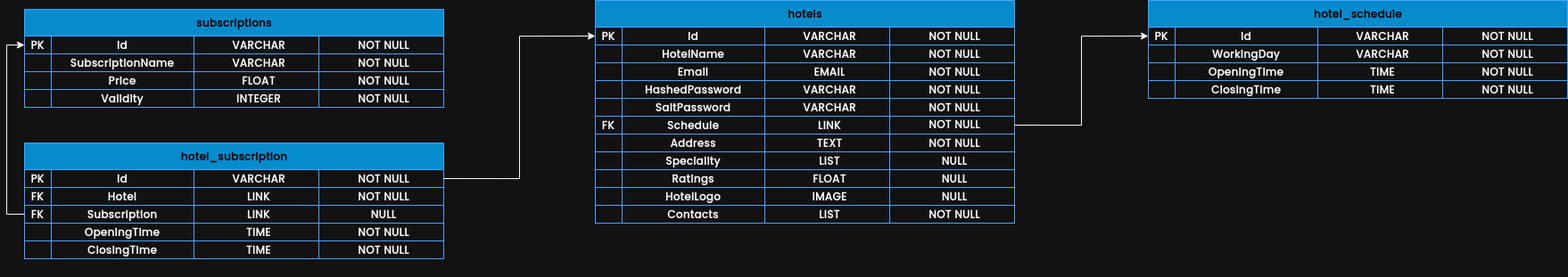
The draw.io diagram Database/Eatofy/Database.png in appnichetechnologies/Eatofy-System-Design, before a commit. Source tidied: cells renumbered, new cells last; positions are measured from the earlier drawing's top-left corner, leaving out a move shared by most shapes.
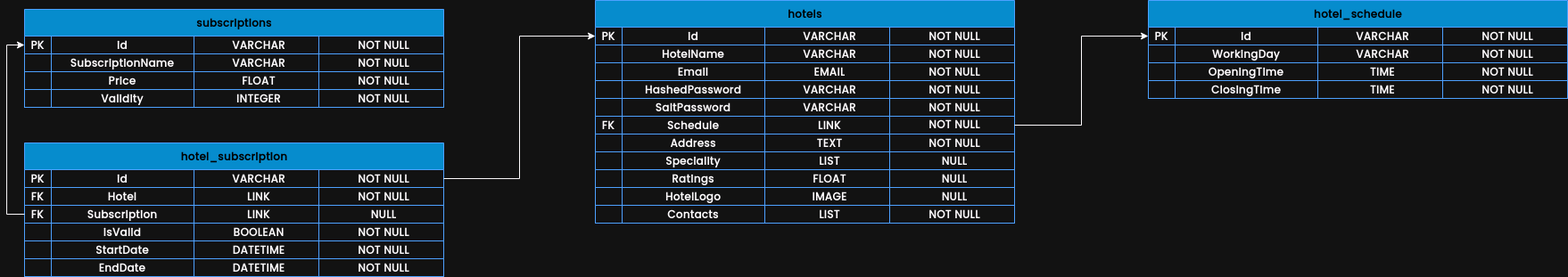
Above is the later version.

Diff of the diagram source:
```diff
@@ -309,7 +309,7 @@
       <mxGeometry relative="1" as="geometry" />
     </mxCell>
     <mxCell id="104" value="hotel_subscription" style="shape=table;startSize=30;rowLines=0;fontStyle=1;align=center;html=1;fillColor=#1ba1e2;strokeColor=#1c71d8;fontColor=#ffffff;verticalAlign=middle;fontFamily=Poppins;fontSource=https%3A%2F%2Ffonts.googleapis.com%2Fcss%3Ffamily%3DPoppins;" parent="1" vertex="1">
-      <mxGeometry y="160" width="470" height="130" as="geometry" />
+      <mxGeometry y="160" width="470" height="150" as="geometry" />
     </mxCell>
     <mxCell id="105" style="shape=tableRow;horizontal=0;startSize=0;swimlaneHead=0;swimlaneBody=0;fillColor=none;points=[[0,0.5],[1,0.5]];portConstraint=eastwest;top=0;left=0;right=0;bottom=1;fontStyle=1;strokeColor=#1c71d8;align=center;verticalAlign=middle;fontFamily=Poppins;fontSource=https%3A%2F%2Ffonts.googleapis.com%2Fcss%3Ffamily%3DPoppins;" parent="104" vertex="1">
       <mxGeometry y="30" width="470" height="20" as="geometry" />
@@ -362,10 +362,10 @@
     <mxCell id="121" style="shape=partialRectangle;fillColor=none;top=0;left=0;bottom=0;right=0;fontStyle=1;overflow=hidden;whiteSpace=wrap;html=1;strokeColor=#1c71d8;align=center;verticalAlign=middle;fontFamily=Poppins;fontSource=https%3A%2F%2Ffonts.googleapis.com%2Fcss%3Ffamily%3DPoppins;" parent="120" vertex="1">
       <mxGeometry width="30" height="20" as="geometry" />
     </mxCell>
-    <mxCell id="122" value="OpeningTime" style="shape=partialRectangle;fillColor=none;top=0;left=0;bottom=0;right=0;fontStyle=1;overflow=hidden;whiteSpace=wrap;html=1;strokeColor=#1c71d8;align=center;verticalAlign=middle;fontFamily=Poppins;fontSource=https%3A%2F%2Ffonts.googleapis.com%2Fcss%3Ffamily%3DPoppins;" parent="120" vertex="1">
+    <mxCell id="122" value="isValid" style="shape=partialRectangle;fillColor=none;top=0;left=0;bottom=0;right=0;fontStyle=1;overflow=hidden;whiteSpace=wrap;html=1;strokeColor=#1c71d8;align=center;verticalAlign=middle;fontFamily=Poppins;fontSource=https%3A%2F%2Ffonts.googleapis.com%2Fcss%3Ffamily%3DPoppins;" parent="120" vertex="1">
       <mxGeometry x="30" width="160" height="20" as="geometry" />
     </mxCell>
-    <mxCell id="123" value="TIME" style="shape=partialRectangle;fillColor=none;top=0;left=0;bottom=0;right=0;align=center;spacingLeft=6;fontStyle=1;overflow=hidden;whiteSpace=wrap;html=1;strokeColor=#1c71d8;verticalAlign=middle;fontFamily=Poppins;fontSource=https%3A%2F%2Ffonts.googleapis.com%2Fcss%3Ffamily%3DPoppins;" parent="120" vertex="1">
+    <mxCell id="123" value="BOOLEAN" style="shape=partialRectangle;fillColor=none;top=0;left=0;bottom=0;right=0;align=center;spacingLeft=6;fontStyle=1;overflow=hidden;whiteSpace=wrap;html=1;strokeColor=#1c71d8;verticalAlign=middle;fontFamily=Poppins;fontSource=https%3A%2F%2Ffonts.googleapis.com%2Fcss%3Ffamily%3DPoppins;" parent="120" vertex="1">
       <mxGeometry x="190" width="140" height="20" as="geometry" />
     </mxCell>
     <mxCell id="124" value="NOT NULL" style="shape=partialRectangle;fillColor=none;top=0;left=0;bottom=0;right=0;align=center;spacingLeft=6;fontStyle=1;overflow=hidden;whiteSpace=wrap;html=1;strokeColor=#1c71d8;verticalAlign=middle;fontFamily=Poppins;fontSource=https%3A%2F%2Ffonts.googleapis.com%2Fcss%3Ffamily%3DPoppins;" parent="120" vertex="1">
@@ -377,15 +377,30 @@
     <mxCell id="126" style="shape=partialRectangle;fillColor=none;top=0;left=0;bottom=0;right=0;fontStyle=1;overflow=hidden;whiteSpace=wrap;html=1;strokeColor=#1c71d8;align=center;verticalAlign=middle;fontFamily=Poppins;fontSource=https%3A%2F%2Ffonts.googleapis.com%2Fcss%3Ffamily%3DPoppins;" parent="125" vertex="1">
       <mxGeometry width="30" height="20" as="geometry" />
     </mxCell>
-    <mxCell id="127" value="ClosingTime" style="shape=partialRectangle;fillColor=none;top=0;left=0;bottom=0;right=0;fontStyle=1;overflow=hidden;whiteSpace=wrap;html=1;strokeColor=#1c71d8;align=center;verticalAlign=middle;fontFamily=Poppins;fontSource=https%3A%2F%2Ffonts.googleapis.com%2Fcss%3Ffamily%3DPoppins;" parent="125" vertex="1">
+    <mxCell id="127" value="StartDate" style="shape=partialRectangle;fillColor=none;top=0;left=0;bottom=0;right=0;fontStyle=1;overflow=hidden;whiteSpace=wrap;html=1;strokeColor=#1c71d8;align=center;verticalAlign=middle;fontFamily=Poppins;fontSource=https%3A%2F%2Ffonts.googleapis.com%2Fcss%3Ffamily%3DPoppins;" parent="125" vertex="1">
       <mxGeometry x="30" width="160" height="20" as="geometry" />
     </mxCell>
-    <mxCell id="128" value="TIME" style="shape=partialRectangle;fillColor=none;top=0;left=0;bottom=0;right=0;align=center;spacingLeft=6;fontStyle=1;overflow=hidden;whiteSpace=wrap;html=1;strokeColor=#1c71d8;verticalAlign=middle;fontFamily=Poppins;fontSource=https%3A%2F%2Ffonts.googleapis.com%2Fcss%3Ffamily%3DPoppins;" parent="125" vertex="1">
+    <mxCell id="128" value="DATETIME" style="shape=partialRectangle;fillColor=none;top=0;left=0;bottom=0;right=0;align=center;spacingLeft=6;fontStyle=1;overflow=hidden;whiteSpace=wrap;html=1;strokeColor=#1c71d8;verticalAlign=middle;fontFamily=Poppins;fontSource=https%3A%2F%2Ffonts.googleapis.com%2Fcss%3Ffamily%3DPoppins;" parent="125" vertex="1">
       <mxGeometry x="190" width="140" height="20" as="geometry" />
     </mxCell>
     <mxCell id="129" value="NOT NULL" style="shape=partialRectangle;fillColor=none;top=0;left=0;bottom=0;right=0;align=center;spacingLeft=6;fontStyle=1;overflow=hidden;whiteSpace=wrap;html=1;strokeColor=#1c71d8;verticalAlign=middle;fontFamily=Poppins;fontSource=https%3A%2F%2Ffonts.googleapis.com%2Fcss%3Ffamily%3DPoppins;" parent="125" vertex="1">
       <mxGeometry x="330" width="140" height="20" as="geometry" />
     </mxCell>
+    <mxCell id="132" style="shape=tableRow;horizontal=0;startSize=0;swimlaneHead=0;swimlaneBody=0;fillColor=none;top=0;left=0;right=0;bottom=1;fontStyle=1;strokeColor=#1c71d8;align=center;verticalAlign=middle;fontFamily=Poppins;fontSource=https%3A%2F%2Ffonts.googleapis.com%2Fcss%3Ffamily%3DPoppins;" parent="104" vertex="1">
+      <mxGeometry y="130" width="470" height="20" as="geometry" />
+    </mxCell>
+    <mxCell id="133" style="shape=partialRectangle;fillColor=none;top=0;left=0;bottom=0;right=0;fontStyle=1;overflow=hidden;whiteSpace=wrap;html=1;strokeColor=#1c71d8;align=center;verticalAlign=middle;fontFamily=Poppins;fontSource=https%3A%2F%2Ffonts.googleapis.com%2Fcss%3Ffamily%3DPoppins;" parent="132" vertex="1">
+      <mxGeometry width="30" height="20" as="geometry" />
+    </mxCell>
+    <mxCell id="134" value="EndDate" style="shape=partialRectangle;fillColor=none;top=0;left=0;bottom=0;right=0;fontStyle=1;overflow=hidden;whiteSpace=wrap;html=1;strokeColor=#1c71d8;align=center;verticalAlign=middle;fontFamily=Poppins;fontSource=https%3A%2F%2Ffonts.googleapis.com%2Fcss%3Ffamily%3DPoppins;" parent="132" vertex="1">
+      <mxGeometry x="30" width="160" height="20" as="geometry" />
+    </mxCell>
+    <mxCell id="135" value="DATETIME" style="shape=partialRectangle;fillColor=none;top=0;left=0;bottom=0;right=0;align=center;spacingLeft=6;fontStyle=1;overflow=hidden;whiteSpace=wrap;html=1;strokeColor=#1c71d8;verticalAlign=middle;fontFamily=Poppins;fontSource=https%3A%2F%2Ffonts.googleapis.com%2Fcss%3Ffamily%3DPoppins;" parent="132" vertex="1">
+      <mxGeometry x="190" width="140" height="20" as="geometry" />
+    </mxCell>
+    <mxCell id="136" value="NOT NULL" style="shape=partialRectangle;fillColor=none;top=0;left=0;bottom=0;right=0;align=center;spacingLeft=6;fontStyle=1;overflow=hidden;whiteSpace=wrap;html=1;strokeColor=#1c71d8;verticalAlign=middle;fontFamily=Poppins;fontSource=https%3A%2F%2Ffonts.googleapis.com%2Fcss%3Ffamily%3DPoppins;" parent="132" vertex="1">
+      <mxGeometry x="330" width="140" height="20" as="geometry" />
+    </mxCell>
     <mxCell id="130" style="edgeStyle=orthogonalEdgeStyle;rounded=0;jettySize=auto;html=1;exitX=0;exitY=0.5;exitDx=0;exitDy=0;entryX=0;entryY=0.5;entryDx=0;entryDy=0;" parent="1" edge="1" source="115" target="83">
       <mxGeometry relative="1" as="geometry" />
     </mxCell>
```
